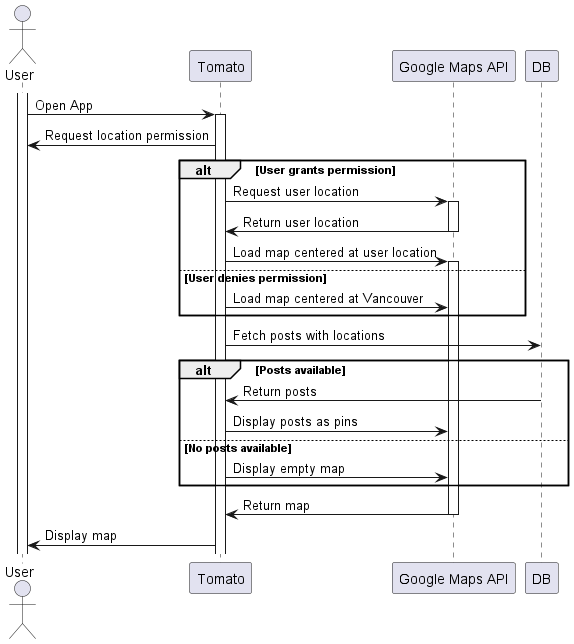
The PlantUML diagram documentation/images/display_map.png in xuantungbrian/Tomato, before a commit.
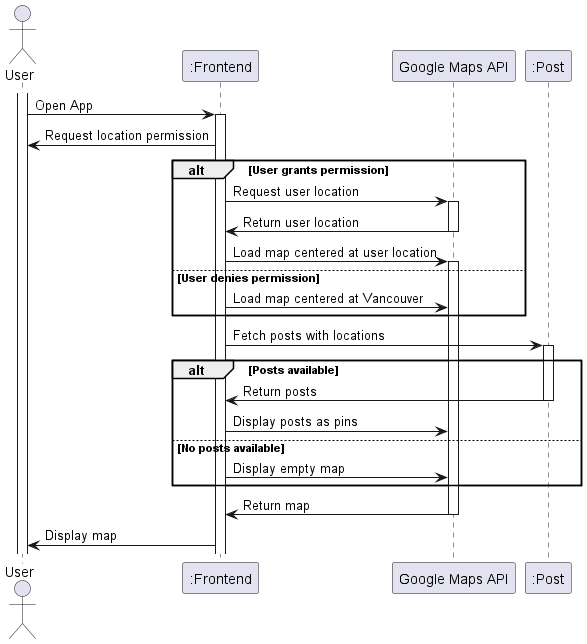
The same diagram one commit later.

The edit, as a diff of the source:
```diff
@@ -1,8 +1,9 @@
 @startuml
 
 actor User
-participant "Tomato" as App
+participant ":Frontend" as App
 participant "Google Maps API" as Maps
+participant ":Post" as DB
 
 activate User
 User -> App: Open App
@@ -20,8 +21,10 @@
 end
 
 App -> DB: Fetch posts with locations
+activate DB
 alt Posts available
     DB -> App: Return posts
+    deactivate DB
     App -> Maps: Display posts as pins
 else No posts available
     App -> Maps: Display empty map
```
